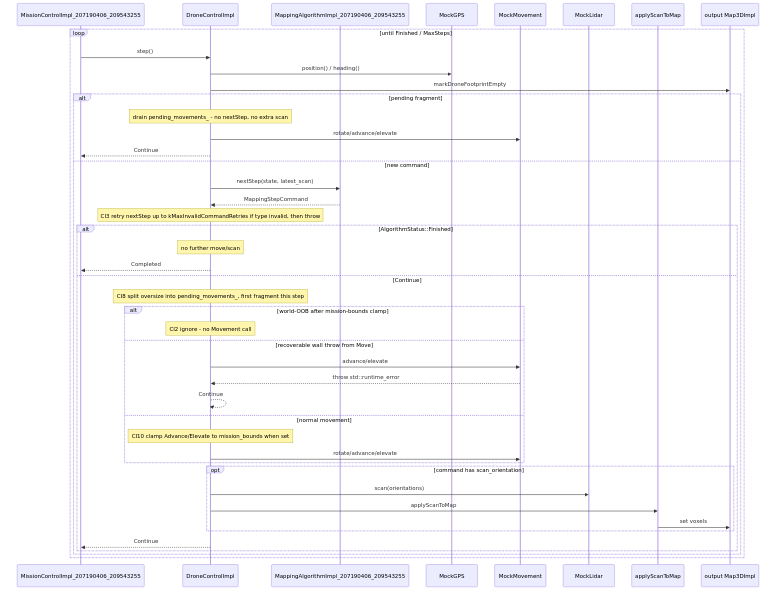
This is docs/hld/seq-drone-step.png from Sagi154/Drone-Mapper-ex3, a Mermaid export, as it was before one commit. Its source is kept beside it as docs/hld/seq-drone-step.mmd.
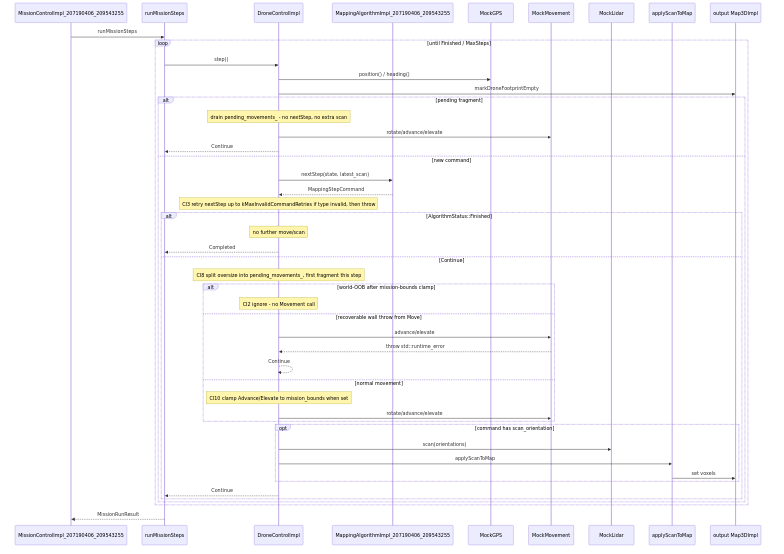
After the commit.

Diff of the diagram source:
```diff
@@ -1,5 +1,6 @@
 sequenceDiagram
     participant MC as MissionControlImpl_207190406_209543255
+    participant Steps as runMissionSteps
     participant DC as DroneControlImpl
     participant Algo as MappingAlgorithmImpl_207190406_209543255
     participant GPS as MockGPS
@@ -8,21 +9,22 @@
     participant SR as applyScanToMap
     participant Map as output Map3DImpl
 
+    MC->>Steps: runMissionSteps
     loop until Finished / MaxSteps
-        MC->>DC: step()
+        Steps->>DC: step()
         DC->>GPS: position() / heading()
         DC->>Map: markDroneFootprintEmpty
         alt pending fragment
             Note over DC: drain pending_movements_ - no nextStep, no extra scan
             DC->>Move: rotate/advance/elevate
-            DC-->>MC: Continue
+            DC-->>Steps: Continue
         else new command
             DC->>Algo: nextStep(state, latest_scan)
             Algo-->>DC: MappingStepCommand
             Note over DC: CI3 retry nextStep up to kMaxInvalidCommandRetries if type invalid, then throw
             alt AlgorithmStatus::Finished
                 Note over DC: no further move/scan
-                DC-->>MC: Completed
+                DC-->>Steps: Completed
             else Continue
                 Note over DC: CI8 split oversize into pending_movements_, first fragment this step
                 alt world-OOB after mission-bounds clamp
@@ -40,7 +42,8 @@
                     DC->>SR: applyScanToMap
                     SR->>Map: set voxels
                 end
-                DC-->>MC: Continue
+                DC-->>Steps: Continue
             end
         end
     end
+    Steps-->>MC: MissionRunResult
```
